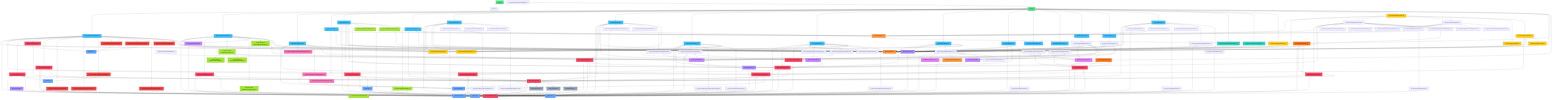
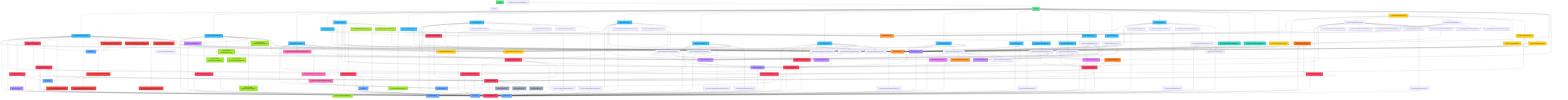
graph TD
    %% Entry Point
    main["main.tsx"]
    app["App.tsx"]

    %% Types
    user["types/user.ts"]
    music["types/music.ts"]
    sub["types/subscription.ts"]
    notifType["types/notification.ts"]
    artistType["types/artist.ts"]
    ticketType["types/ticket.ts"]
    auditType["types/audit.ts"]

    %% Constants
    routes["lib/constants/routes.ts"]
    plans["lib/constants/plans.ts"]
    roles["lib/constants/roles.ts"]

    %% Context
    authCtx["lib/context/AuthContext.tsx"]
    playerCtx["lib/context/PlayerContext.tsx"]

    %% Hooks
    useAuth["lib/hooks/useAuth.ts"]
    usePlayer["lib/hooks/usePlayer.ts"]
    useSubLimits["lib/hooks/useSubscriptionLimits.ts"]

    %% Services
    storage["lib/services/storage.ts"]
    authSvc["lib/services/authService.ts"]
    userSvc["lib/services/userService.ts"]
    subSvc["lib/services/subscriptionService.ts"]
    streamSvc["lib/services/streamService.ts"]
    playlistSvc["lib/services/playlistService.ts"]
    settingsSvc["lib/services/settingsService.ts"]
    passwordSvc["lib/services/password.ts"]
    notifSvc["lib/services/notificationService.ts"]
    artistSvc["lib/services/artistService.ts"]
    artistWorkSvc["lib/services/artistWorkService.ts"]
    adminSvc["lib/services/adminService.ts"]
    ticketSvc["lib/services/ticketService.ts"]
    auditSvc["lib/services/auditService.ts"]
+     musicSvc["lib/services/musicService.ts"]

    %% Mock Data
    mockUsers["lib/mockData/users.ts"]
    mockPlans["lib/mockData/plans.ts"]
    mockMusic["lib/mockData/music.ts"]

    %% Validation
    authSchema["lib/validation/authSchemas.ts"]
    profileSchema["lib/validation/profileSchemas.ts"]

    %% Layout Components
    appLayout["components/layout/AppLayout.tsx"]
    authLayout["components/layout/AuthLayout.tsx"]
    topNav["components/layout/TopNav.tsx"]
    sidebar["components/layout/Sidebar.tsx"]
    navItems["components/layout/navItems.ts"]
    pageHeader["components/layout/PageHeader.tsx"]
    pageShell["components/layout/PageShell.tsx"]

    %% Routing Components
    protectedRoute["components/routing/ProtectedRoute.tsx"]
    guestRoute["components/routing/GuestOnlyRoute.tsx"]

    %% UI Components
    button["components/ui/Button.tsx"]
    input["components/ui/Input.tsx"]
    modal["components/ui/Modal.tsx"]
    roleGuard["components/ui/RoleGuard.tsx"]

    %% Auth Components
    loginForm["components/auth/LoginForm.tsx"]
    registerForm["components/auth/RegisterForm.tsx"]
    artistRegForm["components/auth/ArtistRegisterForm.tsx"]
    forgotPwForm["components/auth/ForgotPasswordForm.tsx"]

    %% Home Components
    albumCard["components/home/AlbumCard.tsx"]
    playlistCard["components/home/PlaylistCard.tsx"]
    songRow["components/home/SongRow.tsx"]
    sectionHeading["components/home/SectionHeading.tsx"]
    hScroll["components/home/HorizontalCardScroller.tsx"]
    earlyBanner["components/home/EarlyAccessBanner.tsx"]

    %% Player Components
    playerBar["components/player/PlayerBar.tsx"]
    playerOverlay["components/player/PlayerOverlay.tsx"]
    queuePanel["components/player/QueuePanel.tsx"]
    queueItem["components/player/QueueItem.tsx"]
    playPause["components/player/controls/PlayPauseButton.tsx"]
    progressBar["components/player/controls/ProgressBar.tsx"]
    repeatBtn["components/player/controls/RepeatButton.tsx"]
    shuffleBtn["components/player/controls/ShuffleButton.tsx"]
    skipBtn["components/player/controls/SkipButton.tsx"]
    volCtrl["components/player/controls/VolumeControl.tsx"]

    %% Album Components
    albumCardArchive["components/albums/AlbumCardArchive.tsx"]
    singleCard["components/albums/SingleCard.tsx"]
    searchBar["components/albums/SearchBar.tsx"]
    filterSort["components/albums/FilterSortBar.tsx"]
    addToPlaylist["components/albums/AddToPlaylistMenu.tsx"]

    %% Playlist Components
    createPlaylistModal["components/playlists/CreatePlaylistModal.tsx"]
    emptyPlaylist["components/playlists/EmptyPlaylistState.tsx"]
    playlistExpandable["components/playlists/PlaylistCardExpandable.tsx"]

    %% Profile Components
    profileCard["components/profile/ProfileCard.tsx"]
    editProfileForm["components/profile/EditProfileForm.tsx"]
    avatarUploader["components/profile/AvatarUploader.tsx"]
    followBtn["components/profile/FollowButton.tsx"]

    %% Settings Components
    notifSettings["components/settings/NotificationSettings.tsx"]
    soundSettings["components/settings/SoundSettings.tsx"]
    langSettings["components/settings/LanguageSettings.tsx"]
    deleteDialog["components/settings/DeleteAccountDialog.tsx"]

    %% Subscription Components
    planCard["components/subscription/PlanCard.tsx"]
    planTable["components/subscription/PlanComparisonTable.tsx"]
    upgradeModal["components/subscription/UpgradeModal.tsx"]
    limitBadge["components/subscription/LimitBadge.tsx"]

    %% Notification Components
    notifCard["components/notifications/NotificationCard.tsx"]
    notifList["components/notifications/NotificationList.tsx"]
    notifEmpty["components/notifications/EmptyNotificationsState.tsx"]

    %% Artist Components
    artistHeader["components/artist/ArtistHeader.tsx"]
    verifiedBadge["components/artist/VerifiedBadge.tsx"]
    artistWorks["components/artist/ArtistWorksList.tsx"]
    artistStats["components/artist/ArtistStatsPanel.tsx"]

    %% Artist Dashboard Components
    artistDashStats["components/artist-dashboard/ArtistStatsCards.tsx"]
    artistDashTable["components/artist-dashboard/ArtistWorksTable.tsx"]
    workForm["components/artist-dashboard/WorkForm.tsx"]
    uploadAudio["components/artist-dashboard/UploadAudioMock.tsx"]
    coverUploader["components/artist-dashboard/CoverUploader.tsx"]

    %% Admin Components
    adminSidebar["components/admin/AdminSidebar.tsx"]
    artistVerifyTable["components/admin/ArtistVerificationTable.tsx"]
    supportTicketsTable["components/admin/SupportTicketsTable.tsx"]
    ticketChatBox["components/admin/TicketChatBox.tsx"]
    auditPaymentsTable["components/admin/AuditPaymentsTable.tsx"]
    subPriceForm["components/admin/SubscriptionPriceForm.tsx"]
    revenueCharts["components/admin/RevenueCharts.tsx"]

    %% Pages
    homePage["pages/HomePage.tsx"]
    loginPage["pages/LoginPage.tsx"]
    registerPage["pages/RegisterPage.tsx"]
    artistRegPage["pages/RegisterArtistPage.tsx"]
    forgotPwPage["pages/ForgotPasswordPage.tsx"]
    profilePage["pages/ProfilePage.tsx"]
    editProfilePage["pages/EditProfilePage.tsx"]
    settingsPage["pages/SettingsPage.tsx"]
    subPage["pages/SubscriptionPage.tsx"]
    playlistsPage["pages/PlaylistsPage.tsx"]
    albumsPage["pages/AlbumsPage.tsx"]
    albumDetailPage["pages/AlbumDetailPage.tsx"]
    artistPage["pages/ArtistPage.tsx"]
    playerPage["pages/PlayerPage.tsx"]
    artistDash["pages/ArtistDashboardPage.tsx"]
    adminDash["pages/AdminDashboardPage.tsx"]
    notifPage["pages/NotificationsPage.tsx"]

    %% === ENTRY FLOW ===
    main --> app
    main --> indexCss["index.css"]
    app --> authCtx
    app --> playerCtx
    app --> routes
    app --> appLayout
    app --> authLayout
    app --> protectedRoute
    app --> guestRoute
    app --> homePage
    app --> loginPage
    app --> registerPage
    app --> artistRegPage
    app --> forgotPwPage
    app --> profilePage
    app --> editProfilePage
    app --> settingsPage
    app --> subPage
    app --> playlistsPage
    app --> albumsPage
    app --> albumDetailPage
    app --> artistPage
    app --> playerPage
    app --> notifPage
    app --> artistDash
    app --> adminDash

    %% === CONTEXT DEPENDENCIES ===
    authCtx --> authSvc
    authCtx --> userSvc
    authCtx --> notifSvc
    authCtx --> user
    playerCtx --> useAuth
    playerCtx --> storage
    playerCtx --> streamSvc
    playerCtx --> music

    %% === HOOKS ===
    useAuth --> authCtx
    usePlayer --> playerCtx
    useSubLimits --> plans
    useSubLimits --> user

    %% === SERVICE DEPENDENCIES ===
    authSvc --> passwordSvc
    authSvc --> storage
    authSvc --> notifSvc
    authSvc --> user
    userSvc --> storage
    userSvc --> subSvc
    userSvc --> user
    subSvc --> storage
    subSvc --> sub
    subSvc --> user
    streamSvc --> storage
    streamSvc --> user
    playlistSvc --> storage
    playlistSvc --> plans
    playlistSvc --> music
    playlistSvc --> user
    settingsSvc --> userSvc
    settingsSvc --> user
    notifSvc --> storage
    notifSvc --> notifType
    notifSvc --> user
    storage --> mockUsers
    storage --> mockPlans
    storage --> mockMusic
    storage --> user
    storage --> sub
    storage --> music
    storage --> notifType
+     musicSvc --> storage
+     musicSvc --> music
    mockUsers --> passwordSvc
    mockUsers --> user
    mockPlans --> sub
    mockMusic --> music

    %% === CONSTANTS ===
    plans --> sub
    roles --> user
    routes --> user

    %% === LAYOUT COMPONENTS ===
    appLayout --> topNav
    appLayout --> sidebar
    appLayout --> playerBar
    appLayout --> playerOverlay
    appLayout --> useAuth
    appLayout --> usePlayer
    topNav --> navItems
    topNav --> routes
    topNav --> useAuth
    topNav --> notifSvc
    sidebar --> routes
    authLayout --> routes
    navItems --> routes

    %% === ROUTING ===
    protectedRoute --> routes
    protectedRoute --> useAuth
    guestRoute --> routes
    guestRoute --> useAuth

    %% === UI ===
    roleGuard --> useAuth
    roleGuard --> user

    %% === AUTH FORMS ===
    loginForm --> button
    loginForm --> input
    loginForm --> routes
    loginForm --> useAuth
    loginForm --> authSchema
    registerForm --> button
    registerForm --> input
    registerForm --> modal
    registerForm --> routes
    registerForm --> useAuth
    registerForm --> authSchema
    artistRegForm --> button
    artistRegForm --> input
    artistRegForm --> authSvc
    artistRegForm --> authSchema
    forgotPwForm --> button
    forgotPwForm --> input
    forgotPwForm --> authSvc
    forgotPwForm --> authSchema

    %% === PLAYER ===
    playerBar --> playPause
    playerBar --> progressBar
    playerBar --> repeatBtn
    playerBar --> shuffleBtn
    playerBar --> skipBtn
    playerBar --> volCtrl
    playerBar --> usePlayer
    playerOverlay --> queuePanel
    playerOverlay --> playPause
    playerOverlay --> progressBar
    playerOverlay --> repeatBtn
    playerOverlay --> shuffleBtn
    playerOverlay --> skipBtn
    playerOverlay --> volCtrl
    playerOverlay --> plans
    playerOverlay --> useAuth
    playerOverlay --> usePlayer
    playerOverlay --> streamSvc
    queuePanel --> queueItem
    queuePanel --> usePlayer
    queueItem --> music
    repeatBtn --> playerCtx
    songRow --> usePlayer
    songRow --> music

    %% === HOME ===
    earlyBanner --> albumCard
    earlyBanner --> routes
    earlyBanner --> useAuth
    earlyBanner --> music
    albumCard --> music
    playlistCard --> music

    %% === ALBUMS ===
    singleCard --> addToPlaylist
    singleCard --> usePlayer
    singleCard --> music
    addToPlaylist --> music
    albumCardArchive --> music

    %% === PLAYLISTS ===
    playlistExpandable --> usePlayer
    playlistExpandable --> music
    createPlaylistModal --> button
    createPlaylistModal --> modal

    %% === PROFILE ===
    editProfileForm --> avatarUploader
    editProfileForm --> button
    editProfileForm --> input
    editProfileForm --> useSubLimits
    editProfileForm --> profileSchema
    editProfileForm --> user
    profileCard --> user
    followBtn --> button

    %% === SETTINGS ===
    notifSettings --> user
    deleteDialog --> button
    deleteDialog --> modal

    %% === SUBSCRIPTION ===
    planCard --> sub
    planTable --> sub
    upgradeModal --> button
    upgradeModal --> modal
    upgradeModal --> plans
    upgradeModal --> sub

    %% === NOTIFICATIONS ===
    notifCard --> notifType
    notifList --> notifCard
    notifList --> notifType
    notifPage --> pageHeader
    notifPage --> pageShell
    notifPage --> button
    notifPage --> notifList
    notifPage --> notifEmpty
    notifPage --> useAuth
    notifPage --> notifSvc
    notifPage --> notifType

    %% === ARTIST SYSTEM ===
    artistSvc --> storage
    artistSvc --> artistType
    artistSvc --> user
    artistSvc --> music
    artistType --> user
    artistType --> music
    artistHeader --> verifiedBadge
    artistHeader --> user
    artistWorks --> routes
    artistWorks --> usePlayer
    artistWorks --> music
    artistPage --> artistHeader
    artistPage --> artistWorks
    artistPage --> artistStats
    artistPage --> artistSvc
    artistPage --> plans
    artistPage --> routes
    artistPage --> useAuth
    artistPage --> userSvc
    artistPage --> user

    %% === ARTIST DASHBOARD ===
    artistWorkSvc --> storage
    artistWorkSvc --> music
    artistWorkSvc --> user
    workForm --> button
    workForm --> input
    workForm --> uploadAudio
    workForm --> coverUploader
    artistDashTable --> music
    artistDash --> pageHeader
    artistDash --> pageShell
    artistDash --> button
    artistDash --> roleGuard
    artistDash --> artistDashStats
    artistDash --> artistDashTable
    artistDash --> workForm
    artistDash --> artistWorkSvc
    artistDash --> useAuth
    artistDash --> music

    %% === ADMIN SYSTEM ===
    adminSvc --> storage
    adminSvc --> notifSvc
    adminSvc --> passwordSvc
    adminSvc --> user
    ticketSvc --> storage
    ticketSvc --> ticketType
    auditSvc --> storage
    auditSvc --> auditType
    auditSvc --> user
    auditSvc --> music
    artistVerifyTable --> user
    supportTicketsTable --> ticketType
    ticketChatBox --> ticketType
    auditPaymentsTable --> auditType
    subPriceForm --> sub
    revenueCharts --> sub
    adminDash --> pageHeader
    adminDash --> pageShell
    adminDash --> roleGuard
    adminDash --> adminSidebar
    adminDash --> artistVerifyTable
    adminDash --> supportTicketsTable
    adminDash --> ticketChatBox
    adminDash --> auditPaymentsTable
    adminDash --> subPriceForm
    adminDash --> revenueCharts
    adminDash --> adminSvc
    adminDash --> ticketSvc
    adminDash --> auditSvc
    adminDash --> subSvc
    adminDash --> useAuth
    adminDash --> user

    %% === PAGES ===
    homePage --> albumCard
    homePage --> earlyBanner
    homePage --> hScroll
    homePage --> playlistCard
    homePage --> sectionHeading
    homePage --> songRow
    homePage --> routes
    homePage --> useAuth
-     homePage --> storage
+     homePage --> musicSvc
    loginPage --> loginForm
    registerPage --> registerForm
    artistRegPage --> artistRegForm
    forgotPwPage --> forgotPwForm
    profilePage --> profileCard
    profilePage --> routes
    profilePage --> useAuth
    profilePage --> userSvc
    profilePage --> user
    editProfilePage --> pageHeader
    editProfilePage --> pageShell
    editProfilePage --> editProfileForm
    editProfilePage --> routes
    editProfilePage --> useAuth
    editProfilePage --> userSvc
    settingsPage --> pageHeader
    settingsPage --> pageShell
    settingsPage --> notifSettings
    settingsPage --> soundSettings
    settingsPage --> langSettings
    settingsPage --> deleteDialog
    settingsPage --> routes
    settingsPage --> useAuth
    settingsPage --> settingsSvc
    settingsPage --> userSvc
    settingsPage --> user
    subPage --> pageHeader
    subPage --> pageShell
    subPage --> planCard
    subPage --> planTable
    subPage --> upgradeModal
    subPage --> useAuth
    subPage --> subSvc
    subPage --> userSvc
    subPage --> sub
    playlistsPage --> pageHeader
    playlistsPage --> createPlaylistModal
    playlistsPage --> emptyPlaylist
    playlistsPage --> playlistExpandable
    playlistsPage --> button
    playlistsPage --> useAuth
    playlistsPage --> playlistSvc
-     playlistsPage --> storage
+     playlistsPage --> musicSvc
    playlistsPage --> music
    albumsPage --> albumCardArchive
    albumsPage --> filterSort
    albumsPage --> searchBar
    albumsPage --> singleCard
    albumsPage --> pageHeader
    albumsPage --> useAuth
    albumsPage --> playlistSvc
-     albumsPage --> storage
+     albumsPage --> musicSvc
    albumsPage --> music
    albumDetailPage --> routes
    albumDetailPage --> usePlayer
-     albumDetailPage --> storage
+     albumDetailPage --> musicSvc
    artistPage --> routes
    playerPage --> routes
    playerPage --> usePlayer
-     playerPage --> storage
+     playerPage --> musicSvc
    artistDash --> routes
    adminDash --> routes

    %% === STYLING ===
    classDef entry fill:#4ade80,stroke:#16a34a,color:#000
    classDef type fill:#60a5fa,stroke:#2563eb,color:#000
    classDef constant fill:#a78bfa,stroke:#7c3aed,color:#000
    classDef context fill:#f97316,stroke:#ea580c,color:#000
    classDef hook fill:#fb923c,stroke:#f97316,color:#000
    classDef service fill:#f43f5e,stroke:#e11d48,color:#000
    classDef mock fill:#94a3b8,stroke:#64748b,color:#000
    classDef validation fill:#e879f9,stroke:#c026d3,color:#000
    classDef layout fill:#facc15,stroke:#ca8a04,color:#000
    classDef routing fill:#2dd4bf,stroke:#0d9488,color:#000
    classDef ui fill:#c084fc,stroke:#9333ea,color:#000
    classDef notifComp fill:#f472b6,stroke:#ec4899,color:#000
    classDef artistComp fill:#a3e635,stroke:#65a30d,color:#000
    classDef adminComp fill:#ef4444,stroke:#dc2626,color:#000
    classDef page fill:#38bdf8,stroke:#0284c7,color:#000

    class main,app entry
    class user,music,sub,notifType,artistType,ticketType,auditType type
    class routes,plans,roles constant
    class authCtx,playerCtx context
    class useAuth,usePlayer,useSubLimits hook
-     class storage,authSvc,userSvc,subSvc,streamSvc,playlistSvc,settingsSvc,passwordSvc,notifSvc,artistSvc,artistWorkSvc,adminSvc,ticketSvc,auditSvc service
+     class storage,authSvc,userSvc,subSvc,streamSvc,playlistSvc,settingsSvc,passwordSvc,notifSvc,artistSvc,artistWorkSvc,adminSvc,ticketSvc,auditSvc,musicSvc service
    class mockUsers,mockPlans,mockMusic mock
    class authSchema,profileSchema validation
    class appLayout,authLayout,topNav,sidebar,navItems,pageHeader,pageShell layout
    class protectedRoute,guestRoute routing
    class button,input,modal,roleGuard ui
    class notifCard,notifList,notifEmpty notifComp
    class artistHeader,verifiedBadge,artistWorks,artistStats,artistDashStats,artistDashTable,workForm,uploadAudio,coverUploader artistComp
    class adminSidebar,artistVerifyTable,supportTicketsTable,ticketChatBox,auditPaymentsTable,subPriceForm,revenueCharts adminComp
    class homePage,loginPage,registerPage,artistRegPage,forgotPwPage,profilePage,editProfilePage,settingsPage,subPage,playlistsPage,albumsPage,albumDetailPage,artistPage,playerPage,artistDash,adminDash,notifPage page
